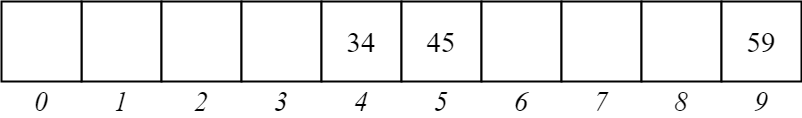
This is Ejercicio_11.1.png from FelipeAMC-2601/Diagramas, a draw.io export, as it was before one commit. Source tidied: cells renumbered, new cells last; positions are measured from the earlier drawing's top-left corner, leaving out a move shared by most shapes.
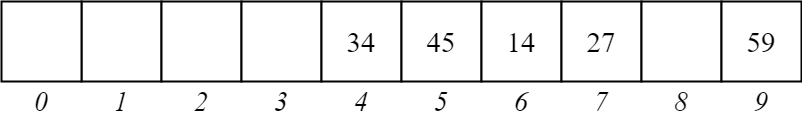
Above is the later version.

Diff of the diagram source:
```diff
@@ -17,13 +17,13 @@
     <mxCell id="6" value="&lt;font face=&quot;Times New Roman&quot; style=&quot;font-size: 29px&quot;&gt;45&lt;/font&gt;" style="whiteSpace=wrap;html=1;strokeWidth=2;fontSize=13;" parent="1" vertex="1">
       <mxGeometry x="400" width="80" height="80" as="geometry" />
     </mxCell>
-    <mxCell id="7" style="whiteSpace=wrap;html=1;strokeWidth=2;fontSize=13;" parent="1" vertex="1">
+    <mxCell id="7" value="&lt;font face=&quot;Times New Roman&quot; style=&quot;font-size: 29px&quot;&gt;14&lt;/font&gt;" style="whiteSpace=wrap;html=1;strokeWidth=2;fontSize=13;" parent="1" vertex="1">
       <mxGeometry x="480" width="80" height="80" as="geometry" />
     </mxCell>
     <mxCell id="8" style="whiteSpace=wrap;html=1;strokeWidth=2;fontSize=13;" parent="1" vertex="1">
       <mxGeometry width="80" height="80" as="geometry" />
     </mxCell>
-    <mxCell id="9" style="whiteSpace=wrap;html=1;strokeWidth=2;fontSize=13;" parent="1" vertex="1">
+    <mxCell id="9" value="&lt;font face=&quot;Times New Roman&quot; style=&quot;font-size: 29px&quot;&gt;27&lt;/font&gt;" style="whiteSpace=wrap;html=1;strokeWidth=2;fontSize=13;" parent="1" vertex="1">
       <mxGeometry x="560" width="80" height="80" as="geometry" />
     </mxCell>
     <mxCell id="10" style="whiteSpace=wrap;html=1;strokeWidth=2;fontSize=13;" parent="1" vertex="1">
```
